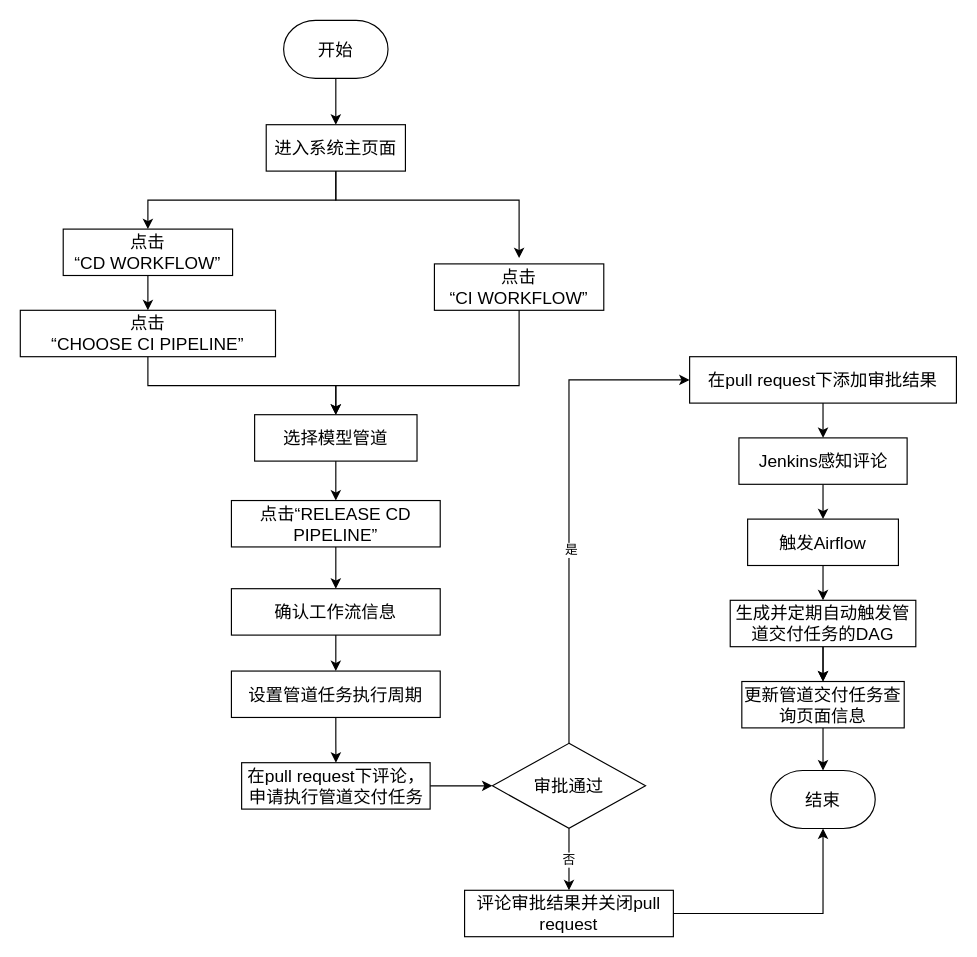
The draw.io diagram 管道交付任务申请流程图.drawio in Sequin-hdd/COINFO, before the edit. Source tidied: cells renumbered, new cells numbered last; positions are measured from the earlier drawing's top-left corner, leaving out a move shared by most shapes. Both pictures are drawn from the tidied source at 116%, with x=0, y=0 at pixel (20, 20).
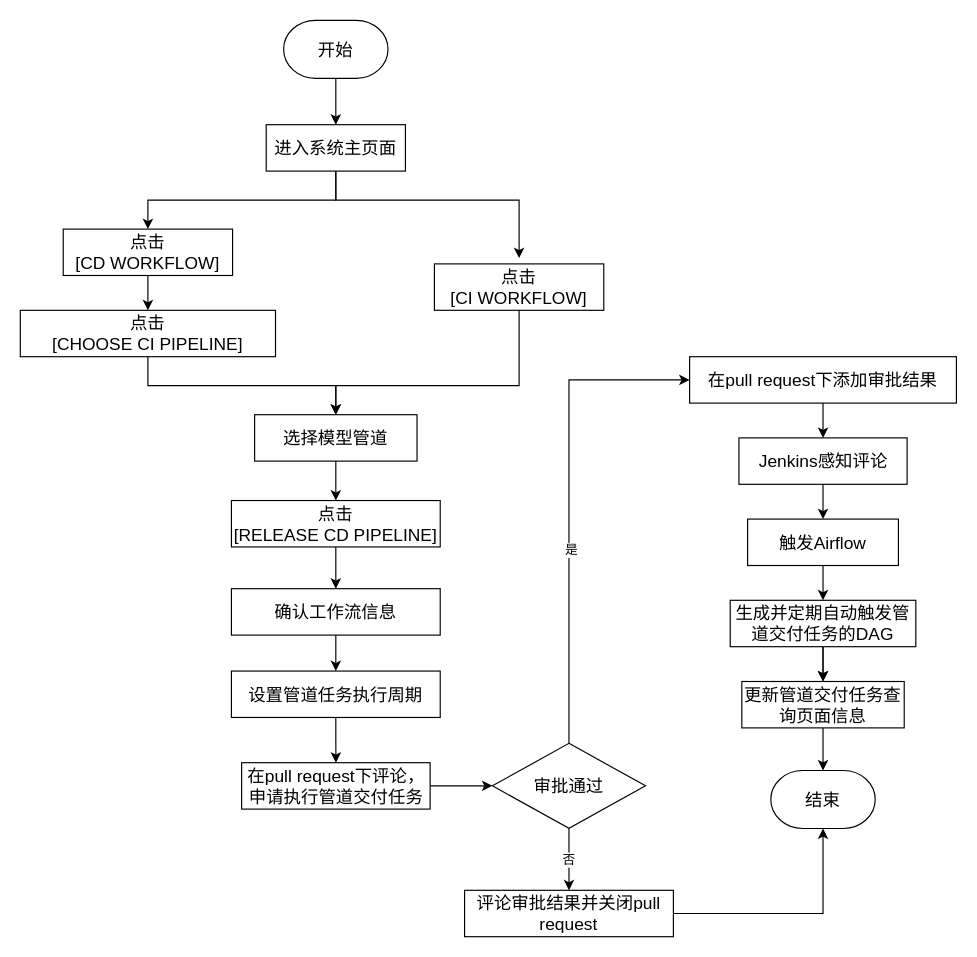
Above is the later version.

Commit message:
更新管道交付任务申请流程图.drawio

Diff of the diagram source:
```diff
@@
-    <mxCell id="8" value="&lt;span style=&quot;font-size: 15px&quot;&gt;点击&lt;br&gt;“CD WORKFLOW”&lt;/span&gt;" style="rounded=0;whiteSpace=wrap;html=1;" parent="1" vertex="1">
+    <mxCell id="8" value="&lt;span style=&quot;font-size: 15px&quot;&gt;点击&lt;br&gt;[CD WORKFLOW]&lt;/span&gt;" style="rounded=0;whiteSpace=wrap;html=1;" parent="1" vertex="1">
       <mxGeometry x="37" y="180" width="146" height="40" as="geometry" />
     </mxCell>
@@
-    <mxCell id="10" value="&lt;span style=&quot;font-size: 15px&quot;&gt;点击&lt;br&gt;“CHOOSE CI PIPELINE”&lt;/span&gt;" style="rounded=0;whiteSpace=wrap;html=1;" parent="1" vertex="1">
+    <mxCell id="10" value="&lt;span style=&quot;font-size: 15px&quot;&gt;点击&lt;br&gt;[CHOOSE CI PIPELINE]&lt;/span&gt;" style="rounded=0;whiteSpace=wrap;html=1;" parent="1" vertex="1">
       <mxGeometry y="250" width="220" height="40" as="geometry" />
     </mxCell>
@@
-    <mxCell id="12" value="&lt;span style=&quot;font-size: 15px&quot;&gt;点击&lt;br&gt;“CI WORKFLOW”&lt;/span&gt;" style="rounded=0;whiteSpace=wrap;html=1;" parent="1" vertex="1">
+    <mxCell id="12" value="&lt;span style=&quot;font-size: 15px&quot;&gt;点击&lt;br&gt;[CI WORKFLOW]&lt;/span&gt;" style="rounded=0;whiteSpace=wrap;html=1;" parent="1" vertex="1">
       <mxGeometry x="357" y="210" width="146" height="40" as="geometry" />
     </mxCell>
@@
-    <mxCell id="16" value="&lt;span style=&quot;font-size: 15px&quot;&gt;点击“RELEASE CD PIPELINE”&lt;br&gt;&lt;/span&gt;" style="rounded=0;whiteSpace=wrap;html=1;" parent="1" vertex="1">
+    <mxCell id="16" value="&lt;span style=&quot;font-size: 15px&quot;&gt;点击&lt;br&gt;[RELEASE CD PIPELINE]&lt;br&gt;&lt;/span&gt;" style="rounded=0;whiteSpace=wrap;html=1;" parent="1" vertex="1">
       <mxGeometry x="182" y="414" width="180" height="40" as="geometry" />
     </mxCell>
```
